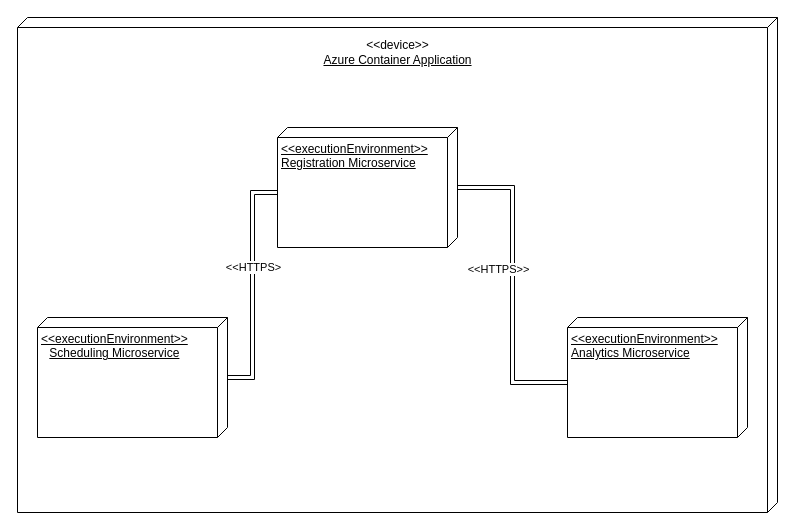
uvic-teach/project-m1-team15 keeps this draw.io diagram as milestone-2/Deployment Diagram-2.drawio. Above is the earlier version. Source tidied: cells renumbered, new cells numbered last; positions are measured from the earlier drawing's top-left corner, leaving out a move shared by most shapes. Both pictures are drawn from the tidied source at 100%, with x=0, y=0 at pixel (17, 17).
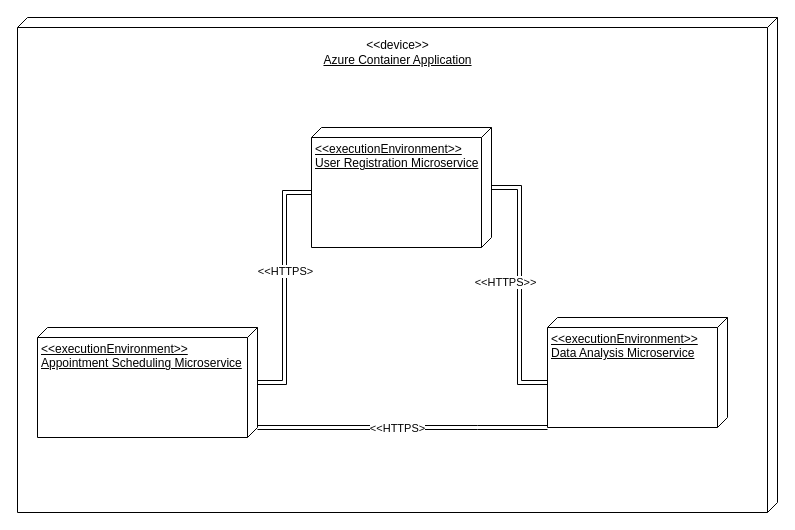
The same diagram, later.

What changed in the source:
```diff
@@
 <mxGraphModel>
   <root>
     <mxCell id="0" />
     <mxCell id="1" parent="0" />
     <mxCell id="2" style="verticalAlign=top;align=left;spacingTop=8;spacingLeft=2;spacingRight=12;shape=cube;size=10;direction=south;fontStyle=4;html=1;whiteSpace=wrap;" parent="1" vertex="1">
       <mxGeometry width="760" height="495" as="geometry" />
     </mxCell>
-    <mxCell id="3" value="&lt;div style=&quot;text-align: center;&quot;&gt;&lt;span style=&quot;background-color: initial;&quot;&gt;&amp;lt;&amp;lt;executionEnvironment&amp;gt;&amp;gt;&lt;/span&gt;&lt;/div&gt;&lt;div style=&quot;text-align: center;&quot;&gt;&lt;span style=&quot;background-color: initial;&quot;&gt;Scheduling Microservice&lt;/span&gt;&lt;/div&gt;" style="verticalAlign=top;align=left;spacingTop=8;spacingLeft=2;spacingRight=12;shape=cube;size=10;direction=south;fontStyle=4;html=1;whiteSpace=wrap;" parent="1" vertex="1">
-      <mxGeometry x="20" y="300" width="190" height="120" as="geometry" />
+    <mxCell id="3" value="&lt;div style=&quot;&quot;&gt;&lt;span style=&quot;background-color: initial;&quot;&gt;&amp;lt;&amp;lt;executionEnvironment&amp;gt;&amp;gt;&lt;/span&gt;&lt;/div&gt;&lt;div style=&quot;&quot;&gt;&lt;span style=&quot;background-color: initial;&quot;&gt;Appointment Scheduling Microservice&lt;/span&gt;&lt;/div&gt;" style="verticalAlign=top;align=left;spacingTop=8;spacingLeft=2;spacingRight=12;shape=cube;size=10;direction=south;fontStyle=4;html=1;whiteSpace=wrap;" parent="1" vertex="1">
+      <mxGeometry x="20" y="310" width="220" height="110" as="geometry" />
     </mxCell>
-    <mxCell id="4" value="&amp;lt;&amp;lt;executionEnvironment&amp;gt;&amp;gt;&lt;br&gt;Registration Microservice" style="verticalAlign=top;align=left;spacingTop=8;spacingLeft=2;spacingRight=12;shape=cube;size=10;direction=south;fontStyle=4;html=1;whiteSpace=wrap;" parent="1" vertex="1">
-      <mxGeometry x="260" y="110" width="180" height="120" as="geometry" />
+    <mxCell id="4" value="&amp;lt;&amp;lt;executionEnvironment&amp;gt;&amp;gt;&lt;br&gt;User Registration Microservice" style="verticalAlign=top;align=left;spacingTop=8;spacingLeft=2;spacingRight=12;shape=cube;size=10;direction=south;fontStyle=4;html=1;whiteSpace=wrap;" parent="1" vertex="1">
+      <mxGeometry x="294" y="110" width="180" height="120" as="geometry" />
     </mxCell>
-    <mxCell id="5" value="&amp;lt;&amp;lt;executionEnvironment&amp;gt;&amp;gt;&lt;br&gt;Analytics Microservice" style="verticalAlign=top;align=left;spacingTop=8;spacingLeft=2;spacingRight=12;shape=cube;size=10;direction=south;fontStyle=4;html=1;whiteSpace=wrap;" parent="1" vertex="1">
-      <mxGeometry x="550" y="300" width="180" height="120" as="geometry" />
+    <mxCell id="5" value="&amp;lt;&amp;lt;executionEnvironment&amp;gt;&amp;gt;&lt;br&gt;Data Analysis Microservice" style="verticalAlign=top;align=left;spacingTop=8;spacingLeft=2;spacingRight=12;shape=cube;size=10;direction=south;fontStyle=4;html=1;whiteSpace=wrap;" parent="1" vertex="1">
+      <mxGeometry x="530" y="300" width="180" height="110" as="geometry" />
     </mxCell>
     <mxCell id="6" value="&amp;lt;&amp;lt;device&amp;gt;&amp;gt;&lt;br style=&quot;border-color: var(--border-color); text-align: left;&quot;&gt;&lt;span style=&quot;text-align: left; text-decoration-line: underline;&quot;&gt;Azure Container Application&lt;/span&gt;" style="text;html=1;strokeColor=none;fillColor=none;align=center;verticalAlign=middle;whiteSpace=wrap;rounded=0;" parent="1" vertex="1">
       <mxGeometry x="292.5" y="20" width="175" height="30" as="geometry" />
     </mxCell>
     <mxCell id="7" style="edgeStyle=orthogonalEdgeStyle;rounded=0;jettySize=auto;html=1;entryX=0;entryY=0;entryDx=65;entryDy=180;entryPerimeter=0;shape=link;" parent="1" edge="1" source="3" target="4">
       <mxGeometry relative="1" as="geometry" />
     </mxCell>
     <mxCell id="8" value="&amp;lt;&amp;lt;HTTPS&amp;gt;" style="edgeLabel;html=1;align=center;verticalAlign=middle;" parent="7" vertex="1">
       <mxGeometry x="-0.31" relative="1" as="geometry">
         <mxPoint y="-55" as="offset" />
       </mxGeometry>
     </mxCell>
     <mxCell id="9" style="edgeStyle=orthogonalEdgeStyle;rounded=0;jettySize=auto;html=1;entryX=0;entryY=0;entryDx=65;entryDy=180;entryPerimeter=0;shape=link;" parent="1" edge="1" source="4" target="5">
       <mxGeometry relative="1" as="geometry" />
     </mxCell>
     <mxCell id="10" value="&amp;lt;&amp;lt;HTTPS&amp;gt;&amp;gt;" style="edgeLabel;html=1;align=center;verticalAlign=middle;" parent="9" vertex="1">
       <mxGeometry x="-0.49" y="-2" relative="1" as="geometry">
         <mxPoint x="-13" y="58" as="offset" />
       </mxGeometry>
     </mxCell>
+    <mxCell id="11" style="edgeStyle=orthogonalEdgeStyle;rounded=0;jettySize=auto;html=1;entryX=1;entryY=1;entryDx=0;entryDy=0;entryPerimeter=0;shape=link;exitX=0;exitY=0;exitDx=100;exitDy=0;exitPerimeter=0;" parent="1" edge="1" source="3" target="5">
+      <mxGeometry relative="1" as="geometry">
+        <Array as="points">
+          <mxPoint x="460" y="410" />
+          <mxPoint x="460" y="410" />
+        </Array>
+      </mxGeometry>
+    </mxCell>
+    <mxCell id="12" value="&amp;lt;&amp;lt;HTTPS&amp;gt;" style="edgeLabel;html=1;align=center;verticalAlign=middle;" parent="11" vertex="1">
+      <mxGeometry x="-0.31" relative="1" as="geometry">
+        <mxPoint x="39" as="offset" />
+      </mxGeometry>
+    </mxCell>
   </root>
 </mxGraphModel>
```
